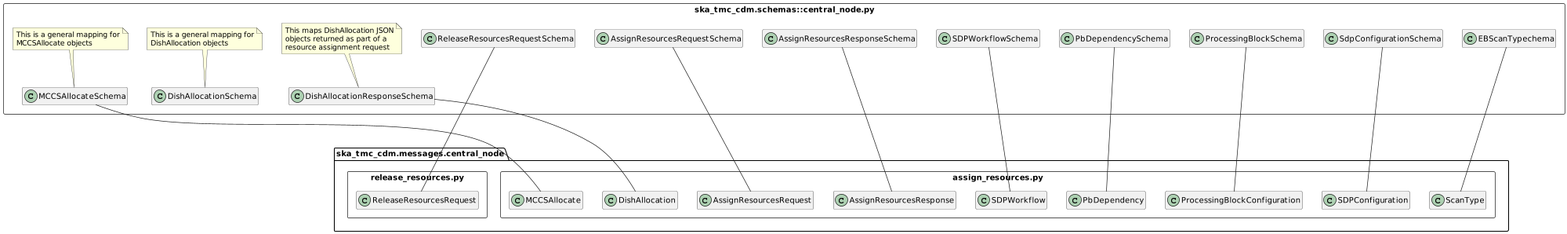
Above: docs/src/developer/schema_cn.png in ska-telescope/cdm-shared-library (PlantUML), before the change.
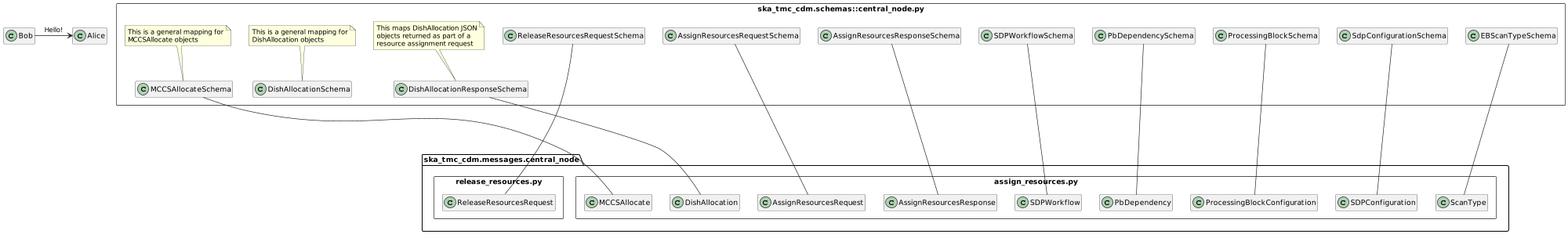
Above is the later version.

The edit, as a diff of the source:
```diff
@@ -1,4 +1,5 @@
 @startuml
+Bob->Alice : Hello!
 scale 2000 width
 !pragma useNewPackage
 hide empty members
@@ -32,7 +33,7 @@
 			resource assignment request
 		end note
 
-        class EBScanTypechema
+        class EBScanTypeSchema
 	}
 }
 
@@ -58,7 +59,7 @@
 AssignResourcesRequestSchema --- AssignResourcesRequest
 AssignResourcesResponseSchema --- AssignResourcesResponse
 ReleaseResourcesRequestSchema --- ReleaseResourcesRequest
-EBScanTypechema --- ScanType
+EBScanTypeSchema --- ScanType
 SDPWorkflowSchema --- SDPWorkflow
 PbDependencySchema --- PbDependency
 ProcessingBlockSchema --- ProcessingBlockConfiguration
```
